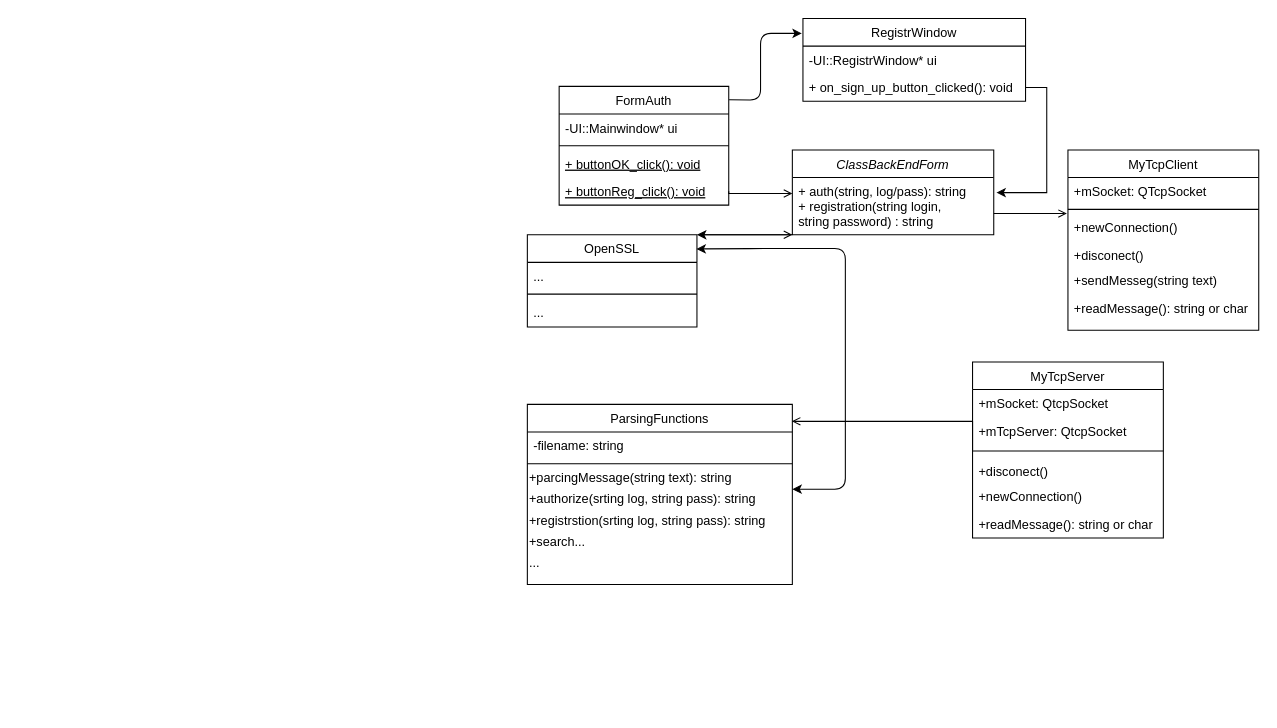
The draw.io diagram ДиаграммаКлассов.drawio in grigigo/Tankists, before the edit. Source tidied: cells renumbered, new cells numbered last; positions are measured from the earlier drawing's top-left corner, leaving out a move shared by most shapes. Both pictures are drawn from the tidied source at 106%, with x=0, y=0 at pixel (527, 18).
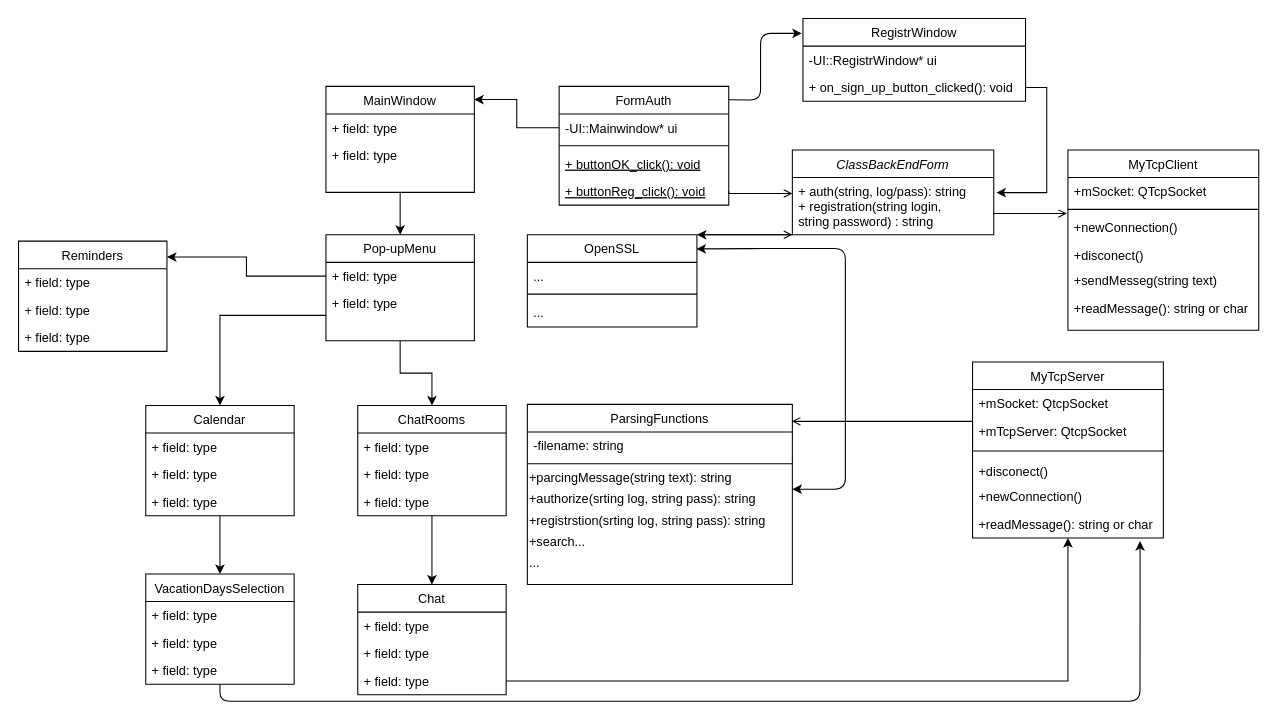
The same diagram, later.

The change refers to these unchanged cells:
```xml
<mxCell id="5" value="-UI::Mainwindow* ui" style="text;align=left;verticalAlign=top;spacingLeft=4;spacingRight=4;overflow=hidden;points=[[0,0.5],[1,0.5]];portConstraint=eastwest;" parent="4" vertex="1">
  <mxGeometry y="26" width="160" height="26" as="geometry" />
</mxCell>
<mxCell id="29" value="MyTcpServer" style="swimlane;fontStyle=0;align=center;verticalAlign=top;horizontal=1;startSize=26;rounded=0;shadow=0;strokeWidth=1;" parent="1" vertex="1">
  <mxGeometry x="420" y="324" width="180" height="166" as="geometry" />
</mxCell>
<mxCell id="35" value="+readMessage(): string or char" style="text;align=left;verticalAlign=top;spacingLeft=4;spacingRight=4;overflow=hidden;points=[[0,0.5],[1,0.5]];portConstraint=eastwest;" parent="29" vertex="1">
  <mxGeometry y="140" width="180" height="26" as="geometry" />
</mxCell>
```

Change to the diagram source:
```diff
@@
+    <mxCell id="46" style="edgeStyle=orthogonalEdgeStyle;rounded=0;jettySize=auto;html=1;exitX=0.5;exitY=1;exitDx=0;exitDy=0;entryX=0.5;entryY=0;entryDx=0;entryDy=0;" parent="1" edge="1" source="47" target="51">
+      <mxGeometry relative="1" as="geometry" />
+    </mxCell>
+    <mxCell id="47" value="MainWindow" style="swimlane;fontStyle=0;horizontal=1;startSize=26;fillColor=none;" parent="1" vertex="1">
+      <mxGeometry x="-190" y="64" width="140" height="100" as="geometry" />
+    </mxCell>
+    <mxCell id="48" value="+ field: type" style="text;strokeColor=none;fillColor=none;align=left;verticalAlign=top;spacingLeft=4;spacingRight=4;overflow=hidden;" parent="47" vertex="1">
+      <mxGeometry y="26" width="140" height="26" as="geometry" />
+    </mxCell>
+    <mxCell id="49" value="+ field: type" style="text;strokeColor=none;fillColor=none;align=left;verticalAlign=top;spacingLeft=4;spacingRight=4;overflow=hidden;" parent="47" vertex="1">
+      <mxGeometry y="52" width="140" height="48" as="geometry" />
+    </mxCell>
+    <mxCell id="50" style="edgeStyle=orthogonalEdgeStyle;rounded=0;jettySize=auto;html=1;exitX=0.5;exitY=1;exitDx=0;exitDy=0;entryX=0.5;entryY=0;entryDx=0;entryDy=0;" parent="1" edge="1" source="51" target="55">
+      <mxGeometry relative="1" as="geometry" />
+    </mxCell>
+    <mxCell id="51" value="Pop-upMenu" style="swimlane;fontStyle=0;horizontal=1;startSize=26;fillColor=none;" parent="1" vertex="1">
+      <mxGeometry x="-190" y="204" width="140" height="100" as="geometry" />
+    </mxCell>
+    <mxCell id="52" value="+ field: type" style="text;strokeColor=none;fillColor=none;align=left;verticalAlign=top;spacingLeft=4;spacingRight=4;overflow=hidden;points=[[0,0.5],[1,0.5]];portConstraint=eastwest;" parent="51" vertex="1">
+      <mxGeometry y="26" width="140" height="26" as="geometry" />
+    </mxCell>
+    <mxCell id="53" value="+ field: type" style="text;strokeColor=none;fillColor=none;align=left;verticalAlign=top;spacingLeft=4;spacingRight=4;overflow=hidden;points=[[0,0.5],[1,0.5]];portConstraint=eastwest;" parent="51" vertex="1">
+      <mxGeometry y="52" width="140" height="48" as="geometry" />
+    </mxCell>
+    <mxCell id="54" style="edgeStyle=orthogonalEdgeStyle;rounded=0;jettySize=auto;html=1;exitX=0.5;exitY=1;exitDx=0;exitDy=0;entryX=0.5;entryY=0;entryDx=0;entryDy=0;" parent="1" edge="1" source="55" target="64">
+      <mxGeometry relative="1" as="geometry" />
+    </mxCell>
+    <mxCell id="55" value="ChatRooms" style="swimlane;fontStyle=0;horizontal=1;startSize=26;fillColor=none;" parent="1" vertex="1">
+      <mxGeometry x="-160" y="365" width="140" height="104" as="geometry" />
+    </mxCell>
+    <mxCell id="56" value="+ field: type" style="text;strokeColor=none;fillColor=none;align=left;verticalAlign=top;spacingLeft=4;spacingRight=4;overflow=hidden;" parent="55" vertex="1">
+      <mxGeometry y="26" width="140" height="26" as="geometry" />
+    </mxCell>
+    <mxCell id="57" value="+ field: type" style="text;strokeColor=none;fillColor=none;align=left;verticalAlign=top;spacingLeft=4;spacingRight=4;overflow=hidden;" parent="55" vertex="1">
+      <mxGeometry y="52" width="140" height="26" as="geometry" />
+    </mxCell>
+    <mxCell id="58" value="+ field: type" style="text;strokeColor=none;fillColor=none;align=left;verticalAlign=top;spacingLeft=4;spacingRight=4;overflow=hidden;" parent="55" vertex="1">
+      <mxGeometry y="78" width="140" height="26" as="geometry" />
+    </mxCell>
+    <mxCell id="59" style="edgeStyle=orthogonalEdgeStyle;rounded=0;jettySize=auto;html=1;exitX=0.5;exitY=1;exitDx=0;exitDy=0;" parent="1" edge="1" source="60" target="69">
+      <mxGeometry relative="1" as="geometry" />
+    </mxCell>
+    <mxCell id="60" value="Calendar" style="swimlane;fontStyle=0;horizontal=1;startSize=26;fillColor=none;" parent="1" vertex="1">
+      <mxGeometry x="-360" y="365" width="140" height="104" as="geometry" />
+    </mxCell>
+    <mxCell id="61" value="+ field: type" style="text;strokeColor=none;fillColor=none;align=left;verticalAlign=top;spacingLeft=4;spacingRight=4;overflow=hidden;" parent="60" vertex="1">
+      <mxGeometry y="26" width="140" height="26" as="geometry" />
+    </mxCell>
+    <mxCell id="62" value="+ field: type" style="text;strokeColor=none;fillColor=none;align=left;verticalAlign=top;spacingLeft=4;spacingRight=4;overflow=hidden;" parent="60" vertex="1">
+      <mxGeometry y="52" width="140" height="26" as="geometry" />
+    </mxCell>
+    <mxCell id="63" value="+ field: type" style="text;strokeColor=none;fillColor=none;align=left;verticalAlign=top;spacingLeft=4;spacingRight=4;overflow=hidden;" parent="60" vertex="1">
+      <mxGeometry y="78" width="140" height="26" as="geometry" />
+    </mxCell>
+    <mxCell id="64" value="Chat" style="swimlane;fontStyle=0;horizontal=1;startSize=26;fillColor=none;" parent="1" vertex="1">
+      <mxGeometry x="-160" y="534" width="140" height="104" as="geometry" />
+    </mxCell>
+    <mxCell id="65" value="+ field: type" style="text;strokeColor=none;fillColor=none;align=left;verticalAlign=top;spacingLeft=4;spacingRight=4;overflow=hidden;" parent="64" vertex="1">
+      <mxGeometry y="26" width="140" height="26" as="geometry" />
+    </mxCell>
+    <mxCell id="66" value="+ field: type" style="text;strokeColor=none;fillColor=none;align=left;verticalAlign=top;spacingLeft=4;spacingRight=4;overflow=hidden;" parent="64" vertex="1">
+      <mxGeometry y="52" width="140" height="26" as="geometry" />
+    </mxCell>
+    <mxCell id="67" value="+ field: type" style="text;strokeColor=none;fillColor=none;align=left;verticalAlign=top;spacingLeft=4;spacingRight=4;overflow=hidden;points=[[0,0.5],[1,0.5]];portConstraint=eastwest;" parent="64" vertex="1">
+      <mxGeometry y="78" width="140" height="26" as="geometry" />
+    </mxCell>
+    <mxCell id="68" style="edgeStyle=orthogonalEdgeStyle;rounded=0;jettySize=auto;html=1;exitX=0;exitY=0.5;exitDx=0;exitDy=0;entryX=0.5;entryY=0;entryDx=0;entryDy=0;" parent="1" edge="1" source="53" target="60">
+      <mxGeometry relative="1" as="geometry" />
+    </mxCell>
+    <mxCell id="69" value="VacationDaysSelection " style="swimlane;fontStyle=0;horizontal=1;startSize=26;fillColor=none;" parent="1" vertex="1">
+      <mxGeometry x="-360" y="524" width="140" height="104" as="geometry" />
+    </mxCell>
+    <mxCell id="70" value="+ field: type" style="text;strokeColor=none;fillColor=none;align=left;verticalAlign=top;spacingLeft=4;spacingRight=4;overflow=hidden;" parent="69" vertex="1">
+      <mxGeometry y="26" width="140" height="26" as="geometry" />
+    </mxCell>
+    <mxCell id="71" value="+ field: type" style="text;strokeColor=none;fillColor=none;align=left;verticalAlign=top;spacingLeft=4;spacingRight=4;overflow=hidden;" parent="69" vertex="1">
+      <mxGeometry y="52" width="140" height="26" as="geometry" />
+    </mxCell>
+    <mxCell id="72" value="+ field: type" style="text;strokeColor=none;fillColor=none;align=left;verticalAlign=top;spacingLeft=4;spacingRight=4;overflow=hidden;" parent="69" vertex="1">
+      <mxGeometry y="78" width="140" height="26" as="geometry" />
+    </mxCell>
+    <mxCell id="73" style="edgeStyle=orthogonalEdgeStyle;rounded=0;jettySize=auto;html=1;exitX=1;exitY=0.5;exitDx=0;exitDy=0;entryX=0.5;entryY=1;entryDx=0;entryDy=0;" parent="1" edge="1" source="67" target="29">
+      <mxGeometry relative="1" as="geometry" />
+    </mxCell>
+    <mxCell id="74" style="endArrow=classic;html=1;exitX=0.5;exitY=1;exitDx=0;exitDy=0;entryX=0.878;entryY=1.115;entryDx=0;entryDy=0;entryPerimeter=0;" parent="1" edge="1" source="69" target="35">
+      <mxGeometry relative="1" as="geometry">
+        <Array as="points">
+          <mxPoint x="-290" y="644" />
+          <mxPoint x="578" y="644" />
+        </Array>
+      </mxGeometry>
+    </mxCell>
+    <mxCell id="75" value="Reminders " style="swimlane;fontStyle=0;horizontal=1;startSize=26;fillColor=none;" parent="1" vertex="1">
+      <mxGeometry x="-480" y="210" width="140" height="104" as="geometry" />
+    </mxCell>
+    <mxCell id="76" value="+ field: type" style="text;strokeColor=none;fillColor=none;align=left;verticalAlign=top;spacingLeft=4;spacingRight=4;overflow=hidden;" parent="75" vertex="1">
+      <mxGeometry y="26" width="140" height="26" as="geometry" />
+    </mxCell>
+    <mxCell id="77" value="+ field: type" style="text;strokeColor=none;fillColor=none;align=left;verticalAlign=top;spacingLeft=4;spacingRight=4;overflow=hidden;" parent="75" vertex="1">
+      <mxGeometry y="52" width="140" height="26" as="geometry" />
+    </mxCell>
+    <mxCell id="78" value="+ field: type" style="text;strokeColor=none;fillColor=none;align=left;verticalAlign=top;spacingLeft=4;spacingRight=4;overflow=hidden;" parent="75" vertex="1">
+      <mxGeometry y="78" width="140" height="26" as="geometry" />
+    </mxCell>
+    <mxCell id="79" style="edgeStyle=orthogonalEdgeStyle;rounded=0;jettySize=auto;html=1;exitX=0;exitY=0.5;exitDx=0;exitDy=0;entryX=1;entryY=0.144;entryDx=0;entryDy=0;entryPerimeter=0;" parent="1" edge="1" source="52" target="75">
+      <mxGeometry relative="1" as="geometry" />
+    </mxCell>
+    <mxCell id="80" style="edgeStyle=orthogonalEdgeStyle;rounded=0;jettySize=auto;html=1;exitX=0;exitY=0.5;exitDx=0;exitDy=0;entryX=0.999;entryY=0.124;entryDx=0;entryDy=0;entryPerimeter=0;" parent="1" edge="1" source="5" target="47">
+      <mxGeometry relative="1" as="geometry" />
+    </mxCell>
```
